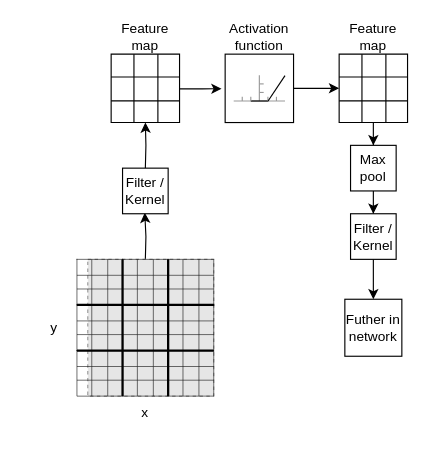
This is figures/technicalAnalysis/NN/CNNCovolutionAndFeatureExtraction.drawio from Mikkelnn/ESD7-Project, a draw.io file, before an edit. Source tidied: cells renumbered, new cells numbered last; positions are measured from the earlier drawing's top-left corner, leaving out a move shared by most shapes. Both pictures are drawn from the tidied source at 114%, with x=0, y=0 at pixel (19, 19). Pictures stored in the file or linked from it are replaced by grey dashed boxes.
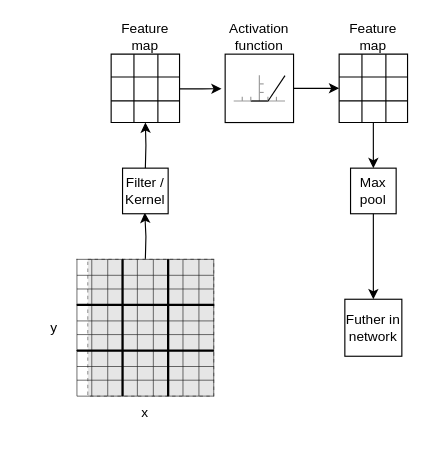
The same diagram, later.

The change refers to these unchanged cells:
```xml
<mxCell id="50" value="Futher in network" style="whiteSpace=wrap;html=1;fontFamily=Project Font;" parent="1" vertex="1">
  <mxGeometry x="285" y="245" width="50" height="50" as="geometry" />
</mxCell>
```

The edit, as a diff of the source:
```diff
@@
-    <mxCell id="47" style="edgeStyle=orthogonalEdgeStyle;rounded=0;jettySize=auto;html=1;" parent="1" edge="1" source="48" target="177">
-      <mxGeometry relative="1" as="geometry" />
-    </mxCell>
     <mxCell id="48" value="Max pool" style="whiteSpace=wrap;html=1;fontFamily=Project Font;" parent="1" vertex="1">
-      <mxGeometry x="290" y="110" width="40" height="40" as="geometry" />
+      <mxGeometry x="290" y="130" width="40" height="40" as="geometry" />
     </mxCell>
@@
-    <mxCell id="176" style="edgeStyle=orthogonalEdgeStyle;rounded=0;jettySize=auto;html=1;" parent="1" edge="1" source="177" target="50">
+    <mxCell id="176" style="edgeStyle=orthogonalEdgeStyle;rounded=0;jettySize=auto;html=1;exitX=0.5;exitY=1;exitDx=0;exitDy=0;" parent="1" edge="1" source="48" target="50">
       <mxGeometry relative="1" as="geometry" />
     </mxCell>
-    <mxCell id="177" value="&lt;div&gt;&lt;font&gt;Filter /&lt;/font&gt;&lt;/div&gt;&lt;div&gt;&lt;font&gt;Kernel&lt;/font&gt;&lt;/div&gt;" style="whiteSpace=wrap;html=1;fontFamily=Project Font;" parent="1" vertex="1">
-      <mxGeometry x="290" y="170" width="40" height="40" as="geometry" />
-    </mxCell>
```
